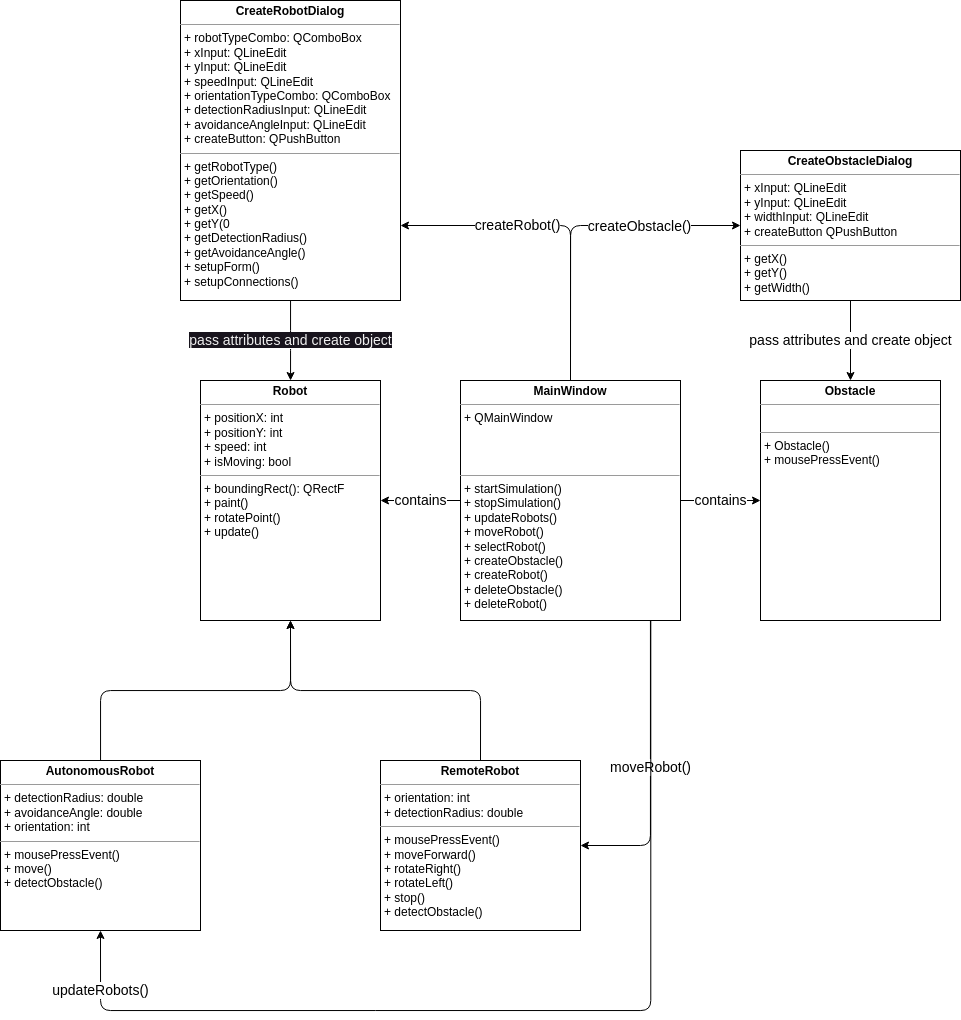
This is doc/classDiagram.png from ErrFor/ICP, a draw.io export, as it was before one commit. Source tidied: cells renumbered, new cells last; positions are measured from the earlier drawing's top-left corner, leaving out a move shared by most shapes.
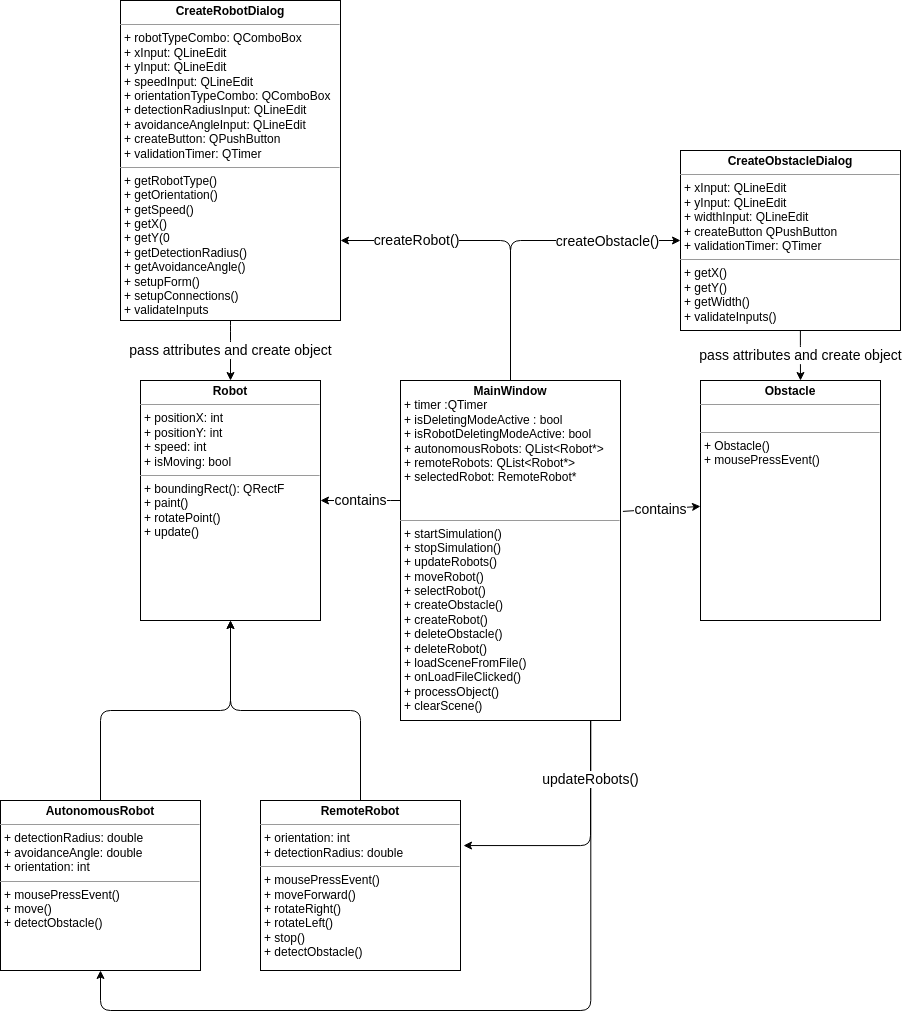
After the change.

Diff of the diagram source:
```diff
@@ -2,80 +2,82 @@
   <root>
     <mxCell id="0" />
     <mxCell id="1" parent="0" />
-    <mxCell id="2" style="edgeStyle=orthogonalEdgeStyle;html=1;entryX=0;entryY=0.5;entryDx=0;entryDy=0;exitX=0.5;exitY=0;exitDx=0;exitDy=0;" parent="1" edge="1" source="9" target="19">
+    <mxCell id="2" style="edgeStyle=orthogonalEdgeStyle;html=1;entryX=0;entryY=0.5;entryDx=0;entryDy=0;exitX=0.5;exitY=0;exitDx=0;exitDy=0;strokeColor=#000000;" parent="1" edge="1" source="9" target="19">
       <mxGeometry relative="1" as="geometry" />
     </mxCell>
     <mxCell id="3" value="&lt;font style=&quot;font-size: 14px;&quot;&gt;createObstacle()&lt;/font&gt;" style="edgeLabel;html=1;align=center;verticalAlign=middle;" parent="2" vertex="1">
       <mxGeometry x="0.24" relative="1" as="geometry">
-        <mxPoint x="22" as="offset" />
+        <mxPoint x="44" as="offset" />
       </mxGeometry>
     </mxCell>
-    <mxCell id="4" value="createRobot()" style="edgeStyle=orthogonalEdgeStyle;html=1;entryX=1;entryY=0.75;entryDx=0;entryDy=0;fontSize=14;exitX=0.5;exitY=0;exitDx=0;exitDy=0;" parent="1" edge="1" source="9" target="17">
-      <mxGeometry x="0.28" relative="1" as="geometry" />
+    <mxCell id="4" value="createRobot()" style="edgeStyle=orthogonalEdgeStyle;html=1;entryX=1;entryY=0.75;entryDx=0;entryDy=0;fontSize=14;exitX=0.5;exitY=0;exitDx=0;exitDy=0;strokeColor=#000000;" parent="1" edge="1" source="9" target="17">
+      <mxGeometry x="0.51" relative="1" as="geometry" />
     </mxCell>
-    <mxCell id="5" value="contains" style="edgeStyle=orthogonalEdgeStyle;html=1;fontSize=14;" parent="1" edge="1" source="9" target="10">
-      <mxGeometry relative="1" as="geometry" />
+    <mxCell id="5" value="contains" style="edgeStyle=orthogonalEdgeStyle;html=1;fontSize=14;strokeColor=#000000;" parent="1" edge="1" source="9" target="10">
+      <mxGeometry relative="1" as="geometry">
+        <Array as="points">
+          <mxPoint x="440" y="500" />
+          <mxPoint x="440" y="500" />
+        </Array>
+      </mxGeometry>
     </mxCell>
-    <mxCell id="6" value="moveRobot()" style="edgeStyle=orthogonalEdgeStyle;html=1;entryX=1;entryY=0.5;entryDx=0;entryDy=0;fontSize=14;" parent="1" edge="1" source="9" target="14">
-      <mxGeometry relative="1" as="geometry">
+    <mxCell id="6" style="edgeStyle=orthogonalEdgeStyle;html=1;entryX=1.015;entryY=0.265;entryDx=0;entryDy=0;fontSize=14;entryPerimeter=0;strokeColor=#000000;" parent="1" edge="1" source="9" target="14">
+      <mxGeometry x="0.51" relative="1" as="geometry">
         <Array as="points">
           <mxPoint x="650" y="845" />
         </Array>
       </mxGeometry>
     </mxCell>
-    <mxCell id="7" value="updateRobots()" style="edgeStyle=orthogonalEdgeStyle;html=1;entryX=0.5;entryY=1;entryDx=0;entryDy=0;fontSize=14;exitX=0.865;exitY=1;exitDx=0;exitDy=0;exitPerimeter=0;" parent="1" edge="1" source="9" target="12">
-      <mxGeometry x="0.88" relative="1" as="geometry">
+    <mxCell id="7" value="updateRobots()" style="edgeStyle=orthogonalEdgeStyle;html=1;entryX=0.5;entryY=1;entryDx=0;entryDy=0;fontSize=14;exitX=0.865;exitY=1;exitDx=0;exitDy=0;exitPerimeter=0;strokeColor=#000000;" parent="1" edge="1" source="9" target="12">
+      <mxGeometry x="-0.86" relative="1" as="geometry">
         <Array as="points">
           <mxPoint x="650" y="1010" />
-          <mxPoint x="100" y="1010" />
+          <mxPoint x="160" y="1010" />
         </Array>
       </mxGeometry>
     </mxCell>
-    <mxCell id="8" value="&lt;font style=&quot;font-size: 14px;&quot;&gt;contains&lt;/font&gt;" style="edgeStyle=none;html=1;" parent="1" edge="1" source="9" target="15">
-      <mxGeometry relative="1" as="geometry" />
+    <mxCell id="8" value="&lt;font style=&quot;font-size: 14px;&quot;&gt;contains&lt;/font&gt;" style="edgeStyle=none;html=1;exitX=1.011;exitY=0.385;exitDx=0;exitDy=0;exitPerimeter=0;strokeColor=#000000;" parent="1" edge="1" source="9" target="15">
+      <mxGeometry x="-0.03" y="-1" relative="1" as="geometry" />
     </mxCell>
-    <mxCell id="9" value="&lt;p style=&quot;margin:0px;margin-top:4px;text-align:center;&quot;&gt;&lt;b&gt;MainWindow&lt;/b&gt;&lt;/p&gt;&lt;hr size=&quot;1&quot;&gt;&lt;p style=&quot;margin:0px;margin-left:4px;&quot;&gt;+ QMainWindow&lt;/p&gt;&lt;p style=&quot;margin:0px;margin-left:4px;&quot;&gt;&lt;br&gt;&lt;/p&gt;&lt;p style=&quot;margin:0px;margin-left:4px;&quot;&gt;&lt;br&gt;&lt;/p&gt;&lt;p style=&quot;margin:0px;margin-left:4px;&quot;&gt;&lt;br&gt;&lt;/p&gt;&lt;hr size=&quot;1&quot;&gt;&lt;p style=&quot;margin:0px;margin-left:4px;&quot;&gt;+ startSimulation()&lt;/p&gt;&lt;p style=&quot;margin:0px;margin-left:4px;&quot;&gt;+ stopSimulation()&lt;/p&gt;&lt;p style=&quot;margin:0px;margin-left:4px;&quot;&gt;+ updateRobots()&lt;/p&gt;&lt;p style=&quot;margin:0px;margin-left:4px;&quot;&gt;+ moveRobot()&lt;/p&gt;&lt;p style=&quot;margin:0px;margin-left:4px;&quot;&gt;+ selectRobot()&lt;/p&gt;&lt;p style=&quot;margin:0px;margin-left:4px;&quot;&gt;+ createObstacle()&lt;/p&gt;&lt;p style=&quot;margin:0px;margin-left:4px;&quot;&gt;+ createRobot()&lt;/p&gt;&lt;p style=&quot;margin:0px;margin-left:4px;&quot;&gt;+ deleteObstacle()&lt;/p&gt;&lt;p style=&quot;margin:0px;margin-left:4px;&quot;&gt;+ deleteRobot()&lt;/p&gt;" style="verticalAlign=top;align=left;overflow=fill;fontSize=12;fontFamily=Helvetica;html=1;" parent="1" vertex="1">
-      <mxGeometry x="460" y="380" width="220" height="240" as="geometry" />
+    <mxCell id="9" value="&lt;p style=&quot;margin:0px;margin-top:4px;text-align:center;&quot;&gt;&lt;b&gt;MainWindow&lt;/b&gt;&lt;/p&gt;&lt;p style=&quot;margin:0px;margin-left:4px;&quot;&gt;+ timer :QTimer&lt;/p&gt;&lt;p style=&quot;margin:0px;margin-left:4px;&quot;&gt;+ isDeletingModeActive : bool&lt;/p&gt;&lt;p style=&quot;margin:0px;margin-left:4px;&quot;&gt;+ isRobotDeletingModeActive: bool&lt;/p&gt;&lt;p style=&quot;margin:0px;margin-left:4px;&quot;&gt;+ autonomousRobots: QList&amp;lt;Robot*&amp;gt;&lt;/p&gt;&lt;p style=&quot;margin:0px;margin-left:4px;&quot;&gt;+ remoteRobots: QList&amp;lt;Robot*&amp;gt;&lt;/p&gt;&lt;p style=&quot;margin:0px;margin-left:4px;&quot;&gt;+ selectedRobot: RemoteRobot*&lt;/p&gt;&lt;p style=&quot;margin:0px;margin-left:4px;&quot;&gt;&lt;br&gt;&lt;/p&gt;&lt;p style=&quot;margin:0px;margin-left:4px;&quot;&gt;&lt;br&gt;&lt;/p&gt;&lt;hr size=&quot;1&quot;&gt;&lt;p style=&quot;margin:0px;margin-left:4px;&quot;&gt;+ startSimulation()&lt;/p&gt;&lt;p style=&quot;margin:0px;margin-left:4px;&quot;&gt;+ stopSimulation()&lt;/p&gt;&lt;p style=&quot;margin:0px;margin-left:4px;&quot;&gt;+ updateRobots()&lt;/p&gt;&lt;p style=&quot;margin:0px;margin-left:4px;&quot;&gt;+ moveRobot()&lt;/p&gt;&lt;p style=&quot;margin:0px;margin-left:4px;&quot;&gt;+ selectRobot()&lt;/p&gt;&lt;p style=&quot;margin:0px;margin-left:4px;&quot;&gt;+ createObstacle()&lt;/p&gt;&lt;p style=&quot;margin:0px;margin-left:4px;&quot;&gt;+ createRobot()&lt;/p&gt;&lt;p style=&quot;margin:0px;margin-left:4px;&quot;&gt;+ deleteObstacle()&lt;/p&gt;&lt;p style=&quot;margin:0px;margin-left:4px;&quot;&gt;+ deleteRobot()&lt;/p&gt;&lt;p style=&quot;margin:0px;margin-left:4px;&quot;&gt;+ loadSceneFromFile()&lt;/p&gt;&lt;p style=&quot;margin:0px;margin-left:4px;&quot;&gt;+ onLoadFileClicked()&lt;/p&gt;&lt;p style=&quot;margin:0px;margin-left:4px;&quot;&gt;+ processObject()&lt;/p&gt;&lt;p style=&quot;margin:0px;margin-left:4px;&quot;&gt;+ clearScene()&lt;/p&gt;" style="verticalAlign=top;align=left;overflow=fill;fontSize=12;fontFamily=Helvetica;html=1;" parent="1" vertex="1">
+      <mxGeometry x="460" y="380" width="220" height="340" as="geometry" />
     </mxCell>
     <mxCell id="10" value="&lt;p style=&quot;margin:0px;margin-top:4px;text-align:center;&quot;&gt;&lt;b&gt;Robot&lt;/b&gt;&lt;/p&gt;&lt;hr size=&quot;1&quot;&gt;&lt;p style=&quot;margin:0px;margin-left:4px;&quot;&gt;+ positionX: int&lt;/p&gt;&lt;p style=&quot;margin:0px;margin-left:4px;&quot;&gt;+ positionY: int&lt;/p&gt;&lt;p style=&quot;margin:0px;margin-left:4px;&quot;&gt;+ speed: int&lt;/p&gt;&lt;p style=&quot;margin:0px;margin-left:4px;&quot;&gt;+ isMoving: bool&lt;/p&gt;&lt;hr size=&quot;1&quot;&gt;&lt;p style=&quot;margin:0px;margin-left:4px;&quot;&gt;+ boundingRect(): QRectF&lt;br&gt;&lt;/p&gt;&lt;p style=&quot;margin:0px;margin-left:4px;&quot;&gt;+ paint()&lt;/p&gt;&lt;p style=&quot;margin:0px;margin-left:4px;&quot;&gt;+ rotatePoint()&lt;/p&gt;&lt;p style=&quot;margin:0px;margin-left:4px;&quot;&gt;+ update()&lt;/p&gt;" style="verticalAlign=top;align=left;overflow=fill;fontSize=12;fontFamily=Helvetica;html=1;" parent="1" vertex="1">
       <mxGeometry x="200" y="380" width="180" height="240" as="geometry" />
     </mxCell>
-    <mxCell id="11" style="edgeStyle=orthogonalEdgeStyle;html=1;entryX=0.5;entryY=1;entryDx=0;entryDy=0;" parent="1" edge="1" source="12" target="10">
+    <mxCell id="11" style="edgeStyle=orthogonalEdgeStyle;html=1;entryX=0.5;entryY=1;entryDx=0;entryDy=0;strokeColor=#000000;" parent="1" edge="1" source="12" target="10">
       <mxGeometry relative="1" as="geometry" />
     </mxCell>
     <mxCell id="12" value="&lt;p style=&quot;margin:0px;margin-top:4px;text-align:center;&quot;&gt;&lt;b&gt;AutonomousRobot&lt;/b&gt;&lt;/p&gt;&lt;hr size=&quot;1&quot;&gt;&lt;p style=&quot;margin:0px;margin-left:4px;&quot;&gt;+ detectionRadius: double&lt;/p&gt;&lt;p style=&quot;margin:0px;margin-left:4px;&quot;&gt;+ avoidanceAngle: double&lt;/p&gt;&lt;p style=&quot;margin:0px;margin-left:4px;&quot;&gt;+ orientation: int&lt;/p&gt;&lt;hr size=&quot;1&quot;&gt;&lt;p style=&quot;margin:0px;margin-left:4px;&quot;&gt;+ mousePressEvent()&lt;br&gt;&lt;/p&gt;&lt;p style=&quot;margin:0px;margin-left:4px;&quot;&gt;+ move()&lt;/p&gt;&lt;p style=&quot;margin:0px;margin-left:4px;&quot;&gt;+ detectObstacle()&lt;/p&gt;" style="verticalAlign=top;align=left;overflow=fill;fontSize=12;fontFamily=Helvetica;html=1;" parent="1" vertex="1">
-      <mxGeometry y="760" width="200" height="170" as="geometry" />
+      <mxGeometry x="60" y="800" width="200" height="170" as="geometry" />
     </mxCell>
-    <mxCell id="13" style="edgeStyle=orthogonalEdgeStyle;html=1;exitX=0.5;exitY=0;exitDx=0;exitDy=0;entryX=0.5;entryY=1;entryDx=0;entryDy=0;" parent="1" edge="1" source="14" target="10">
+    <mxCell id="13" style="edgeStyle=orthogonalEdgeStyle;html=1;exitX=0.5;exitY=0;exitDx=0;exitDy=0;entryX=0.5;entryY=1;entryDx=0;entryDy=0;strokeColor=#000000;" parent="1" edge="1" source="14" target="10">
       <mxGeometry relative="1" as="geometry" />
     </mxCell>
     <mxCell id="14" value="&lt;p style=&quot;margin:0px;margin-top:4px;text-align:center;&quot;&gt;&lt;b&gt;RemoteRobot&lt;/b&gt;&lt;/p&gt;&lt;hr size=&quot;1&quot;&gt;&lt;p style=&quot;margin:0px;margin-left:4px;&quot;&gt;+ orientation: int&lt;br&gt;&lt;/p&gt;&lt;p style=&quot;margin:0px;margin-left:4px;&quot;&gt;+ detectionRadius: double&lt;/p&gt;&lt;hr size=&quot;1&quot;&gt;&lt;p style=&quot;margin:0px;margin-left:4px;&quot;&gt;+ mousePressEvent()&lt;br&gt;&lt;/p&gt;&lt;p style=&quot;margin:0px;margin-left:4px;&quot;&gt;+ moveForward()&lt;/p&gt;&lt;p style=&quot;margin:0px;margin-left:4px;&quot;&gt;+ rotateRight()&lt;/p&gt;&lt;p style=&quot;margin:0px;margin-left:4px;&quot;&gt;+ rotateLeft()&lt;/p&gt;&lt;p style=&quot;margin:0px;margin-left:4px;&quot;&gt;+ stop()&lt;/p&gt;&lt;p style=&quot;margin:0px;margin-left:4px;&quot;&gt;+ detectObstacle()&lt;/p&gt;" style="verticalAlign=top;align=left;overflow=fill;fontSize=12;fontFamily=Helvetica;html=1;" parent="1" vertex="1">
-      <mxGeometry x="380" y="760" width="200" height="170" as="geometry" />
+      <mxGeometry x="320" y="800" width="200" height="170" as="geometry" />
     </mxCell>
     <mxCell id="15" value="&lt;p style=&quot;margin:0px;margin-top:4px;text-align:center;&quot;&gt;&lt;b&gt;Obstacle&lt;/b&gt;&lt;/p&gt;&lt;hr size=&quot;1&quot;&gt;&lt;p style=&quot;margin:0px;margin-left:4px;&quot;&gt;&lt;br&gt;&lt;/p&gt;&lt;hr size=&quot;1&quot;&gt;&lt;p style=&quot;margin:0px;margin-left:4px;&quot;&gt;+ Obstacle()&lt;/p&gt;&lt;p style=&quot;margin:0px;margin-left:4px;&quot;&gt;+ mousePressEvent()&lt;/p&gt;" style="verticalAlign=top;align=left;overflow=fill;fontSize=12;fontFamily=Helvetica;html=1;" parent="1" vertex="1">
       <mxGeometry x="760" y="380" width="180" height="240" as="geometry" />
     </mxCell>
-    <mxCell id="16" value="&lt;span style=&quot;color: rgb(240, 240, 240); font-family: Helvetica; font-size: 14px; font-style: normal; font-variant-ligatures: normal; font-variant-caps: normal; font-weight: 400; letter-spacing: normal; orphans: 2; text-align: center; text-indent: 0px; text-transform: none; widows: 2; word-spacing: 0px; -webkit-text-stroke-width: 0px; background-color: rgb(24, 20, 29); text-decoration-thickness: initial; text-decoration-style: initial; text-decoration-color: initial; float: none; display: inline !important;&quot;&gt;pass attributes and create object&lt;/span&gt;" style="edgeStyle=orthogonalEdgeStyle;html=1;fontSize=14;" parent="1" edge="1" source="17" target="10">
-      <mxGeometry relative="1" as="geometry">
-        <Array as="points">
-          <mxPoint x="290" y="340" />
-          <mxPoint x="290" y="340" />
-        </Array>
-      </mxGeometry>
-    </mxCell>
-    <mxCell id="17" value="&lt;p style=&quot;margin:0px;margin-top:4px;text-align:center;&quot;&gt;&lt;b&gt;CreateRobotDialog&lt;/b&gt;&lt;/p&gt;&lt;hr size=&quot;1&quot;&gt;&lt;p style=&quot;margin:0px;margin-left:4px;&quot;&gt;+ robotTypeCombo: QComboBox&lt;br&gt;&lt;/p&gt;&lt;p style=&quot;margin:0px;margin-left:4px;&quot;&gt;+ xInput: QLineEdit&lt;/p&gt;&lt;p style=&quot;margin:0px;margin-left:4px;&quot;&gt;+ yInput: QLineEdit&lt;/p&gt;&lt;p style=&quot;margin:0px;margin-left:4px;&quot;&gt;+ speedInput: QLineEdit&lt;/p&gt;&lt;p style=&quot;margin:0px;margin-left:4px;&quot;&gt;+ orientationTypeCombo: QComboBox&lt;/p&gt;&lt;p style=&quot;margin:0px;margin-left:4px;&quot;&gt;+ detectionRadiusInput: QLineEdit&lt;/p&gt;&lt;p style=&quot;margin:0px;margin-left:4px;&quot;&gt;+ avoidanceAngleInput: QLineEdit&lt;/p&gt;&lt;p style=&quot;margin:0px;margin-left:4px;&quot;&gt;+ createButton: QPushButton&lt;/p&gt;&lt;hr size=&quot;1&quot;&gt;&lt;p style=&quot;margin:0px;margin-left:4px;&quot;&gt;+ getRobotType()&lt;/p&gt;&lt;p style=&quot;margin:0px;margin-left:4px;&quot;&gt;+ getOrientation()&lt;/p&gt;&lt;p style=&quot;margin:0px;margin-left:4px;&quot;&gt;+ getSpeed()&lt;/p&gt;&lt;p style=&quot;margin:0px;margin-left:4px;&quot;&gt;+ getX()&lt;/p&gt;&lt;p style=&quot;margin:0px;margin-left:4px;&quot;&gt;+ getY(0&lt;/p&gt;&lt;p style=&quot;margin:0px;margin-left:4px;&quot;&gt;+ getDetectionRadius()&lt;/p&gt;&lt;p style=&quot;margin:0px;margin-left:4px;&quot;&gt;+ getAvoidanceAngle()&lt;/p&gt;&lt;p style=&quot;margin:0px;margin-left:4px;&quot;&gt;+ setupForm()&lt;/p&gt;&lt;p style=&quot;margin:0px;margin-left:4px;&quot;&gt;+ setupConnections()&lt;/p&gt;" style="verticalAlign=top;align=left;overflow=fill;fontSize=12;fontFamily=Helvetica;html=1;" parent="1" vertex="1">
-      <mxGeometry x="180" width="220" height="300" as="geometry" />
+    <mxCell id="17" value="&lt;p style=&quot;margin:0px;margin-top:4px;text-align:center;&quot;&gt;&lt;b&gt;CreateRobotDialog&lt;/b&gt;&lt;/p&gt;&lt;hr size=&quot;1&quot;&gt;&lt;p style=&quot;margin:0px;margin-left:4px;&quot;&gt;+ robotTypeCombo: QComboBox&lt;br&gt;&lt;/p&gt;&lt;p style=&quot;margin:0px;margin-left:4px;&quot;&gt;+ xInput: QLineEdit&lt;/p&gt;&lt;p style=&quot;margin:0px;margin-left:4px;&quot;&gt;+ yInput: QLineEdit&lt;/p&gt;&lt;p style=&quot;margin:0px;margin-left:4px;&quot;&gt;+ speedInput: QLineEdit&lt;/p&gt;&lt;p style=&quot;margin:0px;margin-left:4px;&quot;&gt;+ orientationTypeCombo: QComboBox&lt;/p&gt;&lt;p style=&quot;margin:0px;margin-left:4px;&quot;&gt;+ detectionRadiusInput: QLineEdit&lt;/p&gt;&lt;p style=&quot;margin:0px;margin-left:4px;&quot;&gt;+ avoidanceAngleInput: QLineEdit&lt;/p&gt;&lt;p style=&quot;margin:0px;margin-left:4px;&quot;&gt;+ createButton: QPushButton&lt;/p&gt;&lt;p style=&quot;margin:0px;margin-left:4px;&quot;&gt;+ validationTimer: QTimer&lt;/p&gt;&lt;hr size=&quot;1&quot;&gt;&lt;p style=&quot;margin:0px;margin-left:4px;&quot;&gt;+ getRobotType()&lt;/p&gt;&lt;p style=&quot;margin:0px;margin-left:4px;&quot;&gt;+ getOrientation()&lt;/p&gt;&lt;p style=&quot;margin:0px;margin-left:4px;&quot;&gt;+ getSpeed()&lt;/p&gt;&lt;p style=&quot;margin:0px;margin-left:4px;&quot;&gt;+ getX()&lt;/p&gt;&lt;p style=&quot;margin:0px;margin-left:4px;&quot;&gt;+ getY(0&lt;/p&gt;&lt;p style=&quot;margin:0px;margin-left:4px;&quot;&gt;+ getDetectionRadius()&lt;/p&gt;&lt;p style=&quot;margin:0px;margin-left:4px;&quot;&gt;+ getAvoidanceAngle()&lt;/p&gt;&lt;p style=&quot;margin:0px;margin-left:4px;&quot;&gt;+ setupForm()&lt;/p&gt;&lt;p style=&quot;margin:0px;margin-left:4px;&quot;&gt;+ setupConnections()&lt;/p&gt;&lt;p style=&quot;margin:0px;margin-left:4px;&quot;&gt;+ validateInputs&lt;/p&gt;" style="verticalAlign=top;align=left;overflow=fill;fontSize=12;fontFamily=Helvetica;html=1;" parent="1" vertex="1">
+      <mxGeometry x="180" width="220" height="320" as="geometry" />
     </mxCell>
-    <mxCell id="18" value="pass attributes and create object" style="edgeStyle=orthogonalEdgeStyle;html=1;fontSize=14;" parent="1" edge="1" source="19" target="15">
-      <mxGeometry x="0.01" relative="1" as="geometry">
+    <mxCell id="18" value="pass attributes and create object" style="edgeStyle=orthogonalEdgeStyle;html=1;fontSize=14;entryX=0.5;entryY=0;entryDx=0;entryDy=0;exitX=0.5;exitY=1;exitDx=0;exitDy=0;" parent="1" edge="1" source="17" target="10">
+      <mxGeometry relative="1" as="geometry">
         <Array as="points">
-          <mxPoint x="850" y="390" />
-          <mxPoint x="850" y="390" />
+          <mxPoint x="290" y="330" />
+          <mxPoint x="290" y="330" />
         </Array>
       </mxGeometry>
     </mxCell>
-    <mxCell id="19" value="&lt;p style=&quot;margin:0px;margin-top:4px;text-align:center;&quot;&gt;&lt;b&gt;CreateObstacleDialog&lt;/b&gt;&lt;/p&gt;&lt;hr size=&quot;1&quot;&gt;&lt;p style=&quot;margin:0px;margin-left:4px;&quot;&gt;+ xInput: QLineEdit&lt;br&gt;&lt;/p&gt;&lt;p style=&quot;margin:0px;margin-left:4px;&quot;&gt;+ yInput: QLineEdit&lt;/p&gt;&lt;p style=&quot;margin:0px;margin-left:4px;&quot;&gt;+ widthInput: QLineEdit&lt;/p&gt;&lt;p style=&quot;margin:0px;margin-left:4px;&quot;&gt;+ createButton QPushButton&lt;/p&gt;&lt;hr size=&quot;1&quot;&gt;&lt;p style=&quot;margin:0px;margin-left:4px;&quot;&gt;+ getX()&lt;/p&gt;&lt;p style=&quot;margin:0px;margin-left:4px;&quot;&gt;+ getY()&lt;/p&gt;&lt;p style=&quot;margin:0px;margin-left:4px;&quot;&gt;+ getWidth()&lt;/p&gt;" style="verticalAlign=top;align=left;overflow=fill;fontSize=12;fontFamily=Helvetica;html=1;" parent="1" vertex="1">
-      <mxGeometry x="740" y="150" width="220" height="150" as="geometry" />
+    <mxCell id="19" value="&lt;p style=&quot;margin:0px;margin-top:4px;text-align:center;&quot;&gt;&lt;b&gt;CreateObstacleDialog&lt;/b&gt;&lt;/p&gt;&lt;hr size=&quot;1&quot;&gt;&lt;p style=&quot;margin:0px;margin-left:4px;&quot;&gt;+ xInput: QLineEdit&lt;br&gt;&lt;/p&gt;&lt;p style=&quot;margin:0px;margin-left:4px;&quot;&gt;+ yInput: QLineEdit&lt;/p&gt;&lt;p style=&quot;margin:0px;margin-left:4px;&quot;&gt;+ widthInput: QLineEdit&lt;/p&gt;&lt;p style=&quot;margin:0px;margin-left:4px;&quot;&gt;+ createButton QPushButton&lt;/p&gt;&lt;p style=&quot;margin:0px;margin-left:4px;&quot;&gt;+ validationTimer: QTimer&lt;/p&gt;&lt;hr size=&quot;1&quot;&gt;&lt;p style=&quot;margin:0px;margin-left:4px;&quot;&gt;+ getX()&lt;/p&gt;&lt;p style=&quot;margin:0px;margin-left:4px;&quot;&gt;+ getY()&lt;/p&gt;&lt;p style=&quot;margin:0px;margin-left:4px;&quot;&gt;+ getWidth()&lt;/p&gt;&lt;p style=&quot;margin:0px;margin-left:4px;&quot;&gt;+ validateInputs()&lt;/p&gt;" style="verticalAlign=top;align=left;overflow=fill;fontSize=12;fontFamily=Helvetica;html=1;" parent="1" vertex="1">
+      <mxGeometry x="740" y="150" width="220" height="180" as="geometry" />
     </mxCell>
+    <mxCell id="16" value="pass attributes and create object" style="edgeStyle=orthogonalEdgeStyle;html=1;fontSize=14;exitX=0.545;exitY=1.002;exitDx=0;exitDy=0;exitPerimeter=0;" parent="1" edge="1" source="19">
+      <mxGeometry x="0.01" relative="1" as="geometry">
+        <mxPoint x="860" y="380" as="targetPoint" />
+      </mxGeometry>
+    </mxCell>
   </root>
 </mxGraphModel>
```
